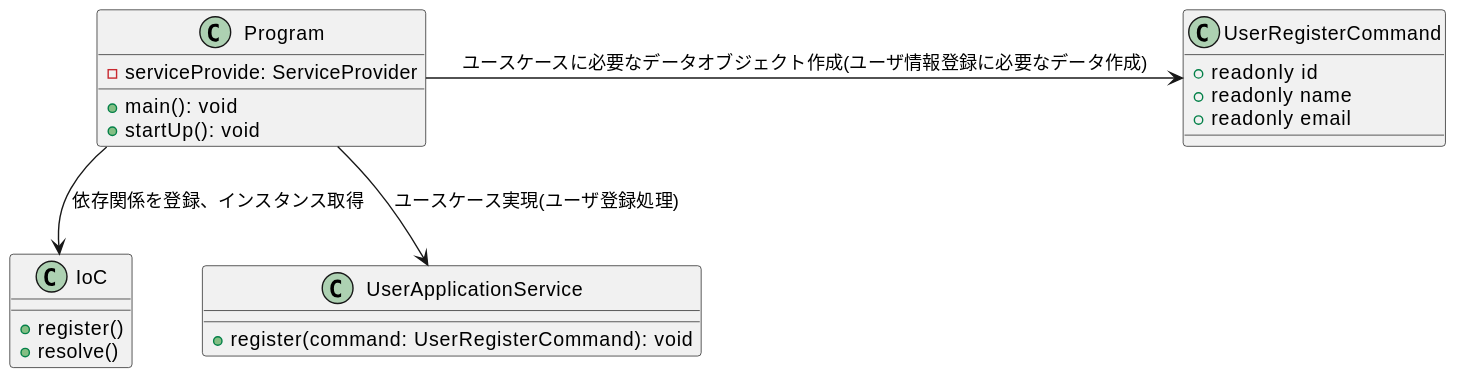
Earlier version of the PlantUML export diagrams/ch08-cli.svg (Yuki-TU/ddd). The source it was exported from:
```plantuml
@startuml
class Program {
  - serviceProvide: ServiceProvider
  + main(): void
  + startUp(): void
}
class IoC {
  + register()
  + resolve()
}

class UserRegisterCommand {
  + readonly id
  + readonly name
  + readonly email
}

class UserApplicationService {
  + register(command: UserRegisterCommand): void
}
Program --> IoC: 依存関係を登録、インスタンス取得
Program -> UserRegisterCommand: ユースケースに必要なデータオブジェクト作成(ユーザ情報登録に必要なデータ作成)
Program --> UserApplicationService: ユースケース実現(ユーザ登録処理)
@enduml
```
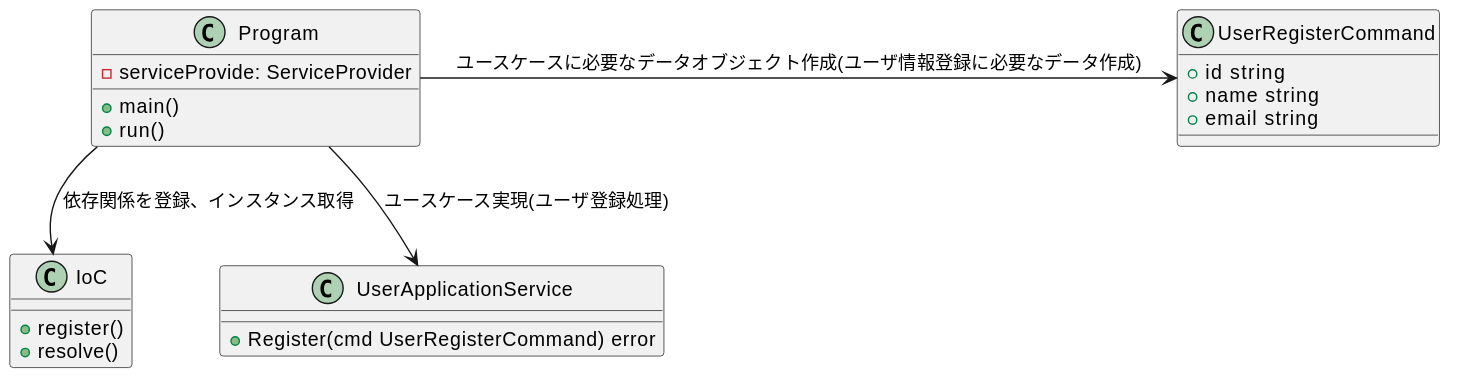
After the commit.

Change to the diagram source:
```diff
@@ -1,8 +1,8 @@
 @startuml
 class Program {
   - serviceProvide: ServiceProvider
-  + main(): void
-  + startUp(): void
+  + main()
+  + run()
 }
 class IoC {
   + register()
@@ -10,13 +10,13 @@
 }
 
 class UserRegisterCommand {
-  + readonly id
-  + readonly name
-  + readonly email
+  + id string
+  + name string
+  + email string
 }
 
 class UserApplicationService {
-  + register(command: UserRegisterCommand): void
+  + Register(cmd UserRegisterCommand) error
 }
 Program --> IoC: 依存関係を登録、インスタンス取得
 Program -> UserRegisterCommand: ユースケースに必要なデータオブジェクト作成(ユーザ情報登録に必要なデータ作成)
```
